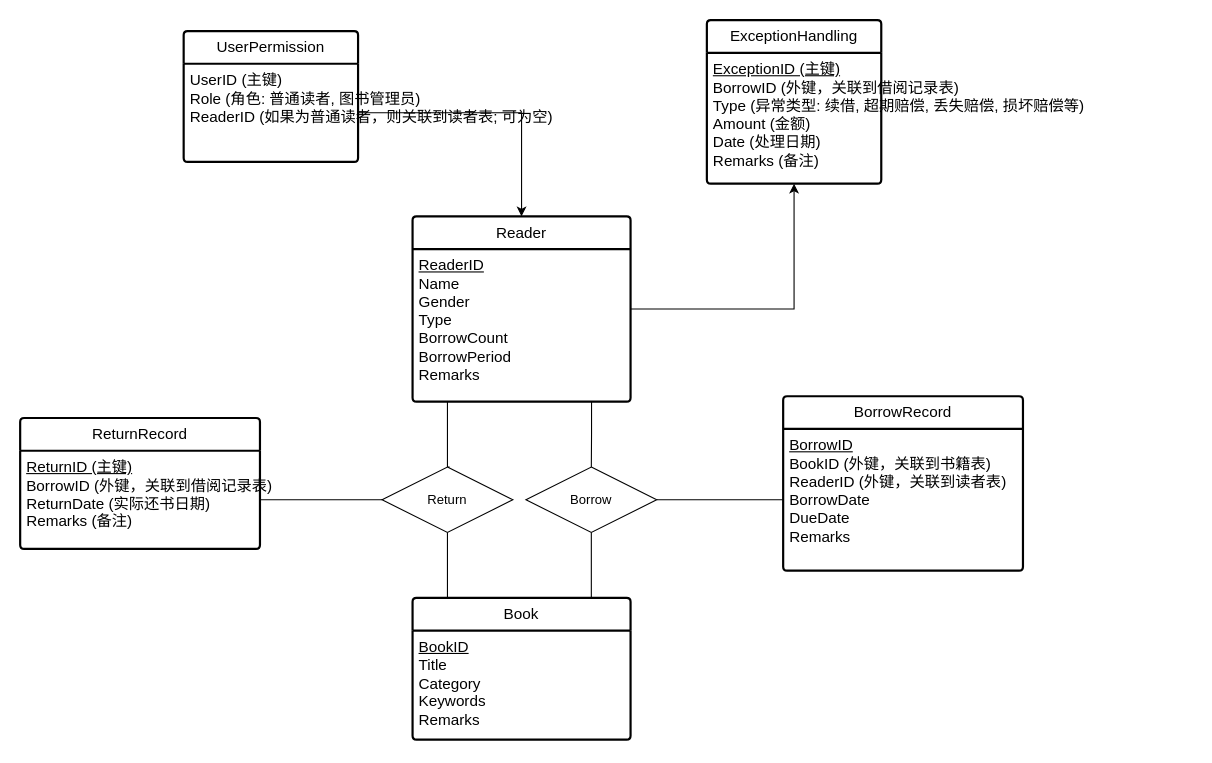
ICONQUESTION/ICONQUESTION keeps this draw.io diagram as MyLearnings/Database/exp3_database_erd.drawio. Above is the earlier version. Source tidied: cells renumbered, new cells numbered last; positions are measured from the earlier drawing's top-left corner, leaving out a move shared by most shapes. Both pictures are drawn from the tidied source at 109%, with x=0, y=0 at pixel (20, 20).
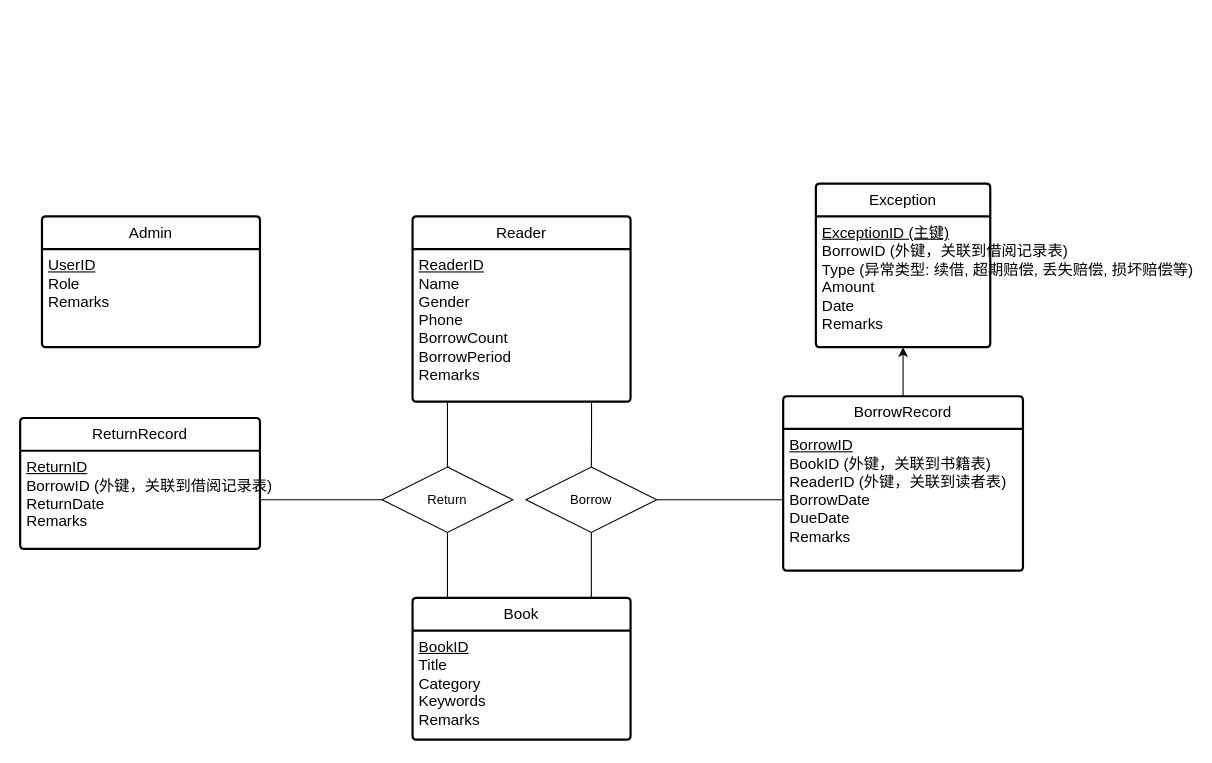
The same diagram, later.

The change refers to these unchanged cells:
```xml
<mxCell id="3" value="Reader" style="swimlane;horizontal=1;startSize=30;rounded=1;fontSize=14;fontStyle=0;strokeWidth=2;shadow=0;dashed=0;align=center;arcSize=4;whiteSpace=wrap;html=1;swimlaneLine=1;" parent="1" vertex="1">
  <mxGeometry x="360" y="180" width="200" height="170" as="geometry" />
</mxCell>
<mxCell id="12" value="BorrowRecord" style="swimlane;horizontal=1;startSize=30;rounded=1;fontSize=14;fontStyle=0;strokeWidth=2;shadow=0;dashed=0;align=center;arcSize=4;whiteSpace=wrap;html=1;" parent="1" vertex="1">
  <mxGeometry x="700" y="345" width="220" height="160" as="geometry" />
</mxCell>
<mxCell id="14" value="ReturnRecord" style="swimlane;horizontal=1;startSize=30;rounded=1;fontSize=14;fontStyle=0;strokeWidth=2;shadow=0;dashed=0;align=center;arcSize=4;whiteSpace=wrap;html=1;" parent="1" vertex="1">
  <mxGeometry y="365" width="220" height="120" as="geometry" />
</mxCell>
```

What changed in the source:
```diff
@@
-    <mxCell id="2" style="edgeStyle=orthogonalEdgeStyle;rounded=0;jettySize=auto;html=1;" parent="1" edge="1" source="3" target="17">
+    <mxCell id="2" style="edgeStyle=orthogonalEdgeStyle;rounded=0;jettySize=auto;html=1;exitX=0.5;exitY=0;exitDx=0;exitDy=0;" parent="1" edge="1" source="12" target="17">
       <mxGeometry relative="1" as="geometry" />
     </mxCell>
@@
-    <mxCell id="4" value="&lt;div&gt;&lt;span style=&quot;font-size: 14px;&quot;&gt;&lt;u&gt;ReaderID&lt;/u&gt;&lt;/span&gt;&lt;/div&gt;&lt;div&gt;&lt;span style=&quot;font-size: 14px;&quot;&gt;Name&lt;/span&gt;&lt;/div&gt;&lt;div&gt;&lt;span style=&quot;font-size: 14px;&quot;&gt;Gender&lt;/span&gt;&lt;/div&gt;&lt;div&gt;&lt;span style=&quot;font-size: 14px;&quot;&gt;Type&lt;/span&gt;&lt;/div&gt;&lt;div&gt;&lt;span style=&quot;font-size: 14px;&quot;&gt;BorrowCount&lt;/span&gt;&lt;/div&gt;&lt;div&gt;&lt;span style=&quot;font-size: 14px;&quot;&gt;BorrowPeriod&lt;/span&gt;&lt;/div&gt;&lt;div&gt;&lt;span style=&quot;font-size: 14px;&quot;&gt;Remarks&lt;/span&gt;&lt;/div&gt;" style="align=left;strokeColor=none;fillColor=none;spacingLeft=4;fontSize=12;verticalAlign=top;html=1;" parent="3" vertex="1">
+    <mxCell id="4" value="&lt;div&gt;&lt;span style=&quot;font-size: 14px;&quot;&gt;&lt;u&gt;ReaderID&lt;/u&gt;&lt;/span&gt;&lt;/div&gt;&lt;div&gt;&lt;span style=&quot;font-size: 14px;&quot;&gt;Name&lt;/span&gt;&lt;/div&gt;&lt;div&gt;&lt;span style=&quot;font-size: 14px;&quot;&gt;Gender&lt;/span&gt;&lt;/div&gt;&lt;div&gt;&lt;span style=&quot;font-size: 14px;&quot;&gt;Phone&lt;/span&gt;&lt;/div&gt;&lt;div&gt;&lt;span style=&quot;font-size: 14px;&quot;&gt;BorrowCount&lt;/span&gt;&lt;/div&gt;&lt;div&gt;&lt;span style=&quot;font-size: 14px;&quot;&gt;BorrowPeriod&lt;/span&gt;&lt;/div&gt;&lt;div&gt;&lt;span style=&quot;font-size: 14px;&quot;&gt;Remarks&lt;/span&gt;&lt;/div&gt;" style="align=left;strokeColor=none;fillColor=none;spacingLeft=4;fontSize=12;verticalAlign=top;html=1;" parent="3" vertex="1">
       <mxGeometry y="30" width="200" height="140" as="geometry" />
     </mxCell>
@@
-    <mxCell id="15" value="&lt;div&gt;&lt;span style=&quot;font-size: 14px;&quot;&gt;&lt;u&gt;ReturnID (主键)&lt;/u&gt;&lt;/span&gt;&lt;/div&gt;&lt;div&gt;&lt;span style=&quot;font-size: 14px;&quot;&gt;BorrowID (外键，关联到借阅记录表)&lt;/span&gt;&lt;/div&gt;&lt;div&gt;&lt;span style=&quot;font-size: 14px;&quot;&gt;ReturnDate (实际还书日期)&lt;/span&gt;&lt;/div&gt;&lt;div&gt;&lt;span style=&quot;font-size: 14px;&quot;&gt;Remarks (备注)&lt;/span&gt;&lt;/div&gt;&lt;div&gt;&lt;br&gt;&lt;/div&gt;" style="align=left;strokeColor=none;fillColor=none;spacingLeft=4;fontSize=12;verticalAlign=top;html=1;" parent="14" vertex="1">
+    <mxCell id="15" value="&lt;div&gt;&lt;span style=&quot;font-size: 14px;&quot;&gt;&lt;u&gt;ReturnID&lt;/u&gt;&lt;/span&gt;&lt;/div&gt;&lt;div&gt;&lt;span style=&quot;font-size: 14px;&quot;&gt;BorrowID (外键，关联到借阅记录表)&lt;/span&gt;&lt;/div&gt;&lt;div&gt;&lt;span style=&quot;font-size: 14px;&quot;&gt;ReturnDate&lt;/span&gt;&lt;/div&gt;&lt;div&gt;&lt;span style=&quot;font-size: 14px;&quot;&gt;Remarks&lt;/span&gt;&lt;/div&gt;&lt;div&gt;&lt;br&gt;&lt;/div&gt;" style="align=left;strokeColor=none;fillColor=none;spacingLeft=4;fontSize=12;verticalAlign=top;html=1;" parent="14" vertex="1">
       <mxGeometry y="30" width="220" height="90" as="geometry" />
     </mxCell>
-    <mxCell id="16" value="ExceptionHandling" style="swimlane;horizontal=1;startSize=30;rounded=1;fontSize=14;fontStyle=0;strokeWidth=2;shadow=0;dashed=0;align=center;arcSize=4;whiteSpace=wrap;html=1;" parent="1" vertex="1">
-      <mxGeometry x="630" width="160" height="150" as="geometry" />
+    <mxCell id="16" value="Exception" style="swimlane;horizontal=1;startSize=30;rounded=1;fontSize=14;fontStyle=0;strokeWidth=2;shadow=0;dashed=0;align=center;arcSize=4;whiteSpace=wrap;html=1;" parent="1" vertex="1">
+      <mxGeometry x="730" y="150" width="160" height="150" as="geometry" />
     </mxCell>
-    <mxCell id="17" value="&lt;div&gt;&lt;div&gt;&lt;font style=&quot;font-size: 14px;&quot;&gt;&lt;u&gt;ExceptionID (主键)&lt;/u&gt;&lt;/font&gt;&lt;/div&gt;&lt;div&gt;&lt;font style=&quot;font-size: 14px;&quot;&gt;BorrowID (外键，关联到借阅记录表)&lt;/font&gt;&lt;/div&gt;&lt;div&gt;&lt;font style=&quot;font-size: 14px;&quot;&gt;Type (异常类型: 续借, 超期赔偿, 丢失赔偿, 损坏赔偿等)&lt;/font&gt;&lt;/div&gt;&lt;div&gt;&lt;font style=&quot;font-size: 14px;&quot;&gt;Amount (金额)&lt;/font&gt;&lt;/div&gt;&lt;div&gt;&lt;font style=&quot;font-size: 14px;&quot;&gt;Date (处理日期)&lt;/font&gt;&lt;/div&gt;&lt;div&gt;&lt;font style=&quot;font-size: 14px;&quot;&gt;Remarks (备注)&lt;/font&gt;&lt;/div&gt;&lt;/div&gt;&lt;div&gt;&lt;br&gt;&lt;/div&gt;&lt;div&gt;&lt;br&gt;&lt;/div&gt;" style="align=left;strokeColor=none;fillColor=none;spacingLeft=4;fontSize=12;verticalAlign=top;html=1;" parent="16" vertex="1">
+    <mxCell id="17" value="&lt;div&gt;&lt;div&gt;&lt;font style=&quot;font-size: 14px;&quot;&gt;&lt;u&gt;ExceptionID (主键)&lt;/u&gt;&lt;/font&gt;&lt;/div&gt;&lt;div&gt;&lt;font style=&quot;font-size: 14px;&quot;&gt;BorrowID (外键，关联到借阅记录表)&lt;/font&gt;&lt;/div&gt;&lt;div&gt;&lt;font style=&quot;font-size: 14px;&quot;&gt;Type (异常类型: 续借, 超期赔偿, 丢失赔偿, 损坏赔偿等)&lt;/font&gt;&lt;/div&gt;&lt;div&gt;&lt;font style=&quot;font-size: 14px;&quot;&gt;Amount&lt;/font&gt;&lt;/div&gt;&lt;div&gt;&lt;font style=&quot;font-size: 14px;&quot;&gt;Date&lt;/font&gt;&lt;/div&gt;&lt;div&gt;&lt;font style=&quot;font-size: 14px;&quot;&gt;Remarks&lt;/font&gt;&lt;/div&gt;&lt;/div&gt;&lt;div&gt;&lt;br&gt;&lt;/div&gt;&lt;div&gt;&lt;br&gt;&lt;/div&gt;" style="align=left;strokeColor=none;fillColor=none;spacingLeft=4;fontSize=12;verticalAlign=top;html=1;" parent="16" vertex="1">
       <mxGeometry y="30" width="160" height="120" as="geometry" />
     </mxCell>
-    <mxCell id="18" value="UserPermission" style="swimlane;horizontal=1;startSize=30;rounded=1;fontSize=14;fontStyle=0;strokeWidth=2;shadow=0;dashed=0;align=center;arcSize=4;whiteSpace=wrap;html=1;" parent="1" vertex="1">
-      <mxGeometry x="150" y="10" width="160" height="120" as="geometry" />
-    </mxCell>
-    <mxCell id="19" value="&lt;div&gt;&lt;font style=&quot;font-size: 14px;&quot;&gt;UserID (主键)&lt;/font&gt;&lt;/div&gt;&lt;div&gt;&lt;font style=&quot;font-size: 14px;&quot;&gt;Role (角色: 普通读者, 图书管理员)&lt;/font&gt;&lt;/div&gt;&lt;div&gt;&lt;font style=&quot;font-size: 14px;&quot;&gt;ReaderID (如果为普通读者，则关联到读者表; 可为空)&lt;/font&gt;&lt;/div&gt;" style="align=left;strokeColor=none;fillColor=none;spacingLeft=4;fontSize=12;verticalAlign=top;html=1;" parent="18" vertex="1">
-      <mxGeometry y="30" width="160" height="90" as="geometry" />
-    </mxCell>
@@
-    <mxCell id="23" style="edgeStyle=orthogonalEdgeStyle;rounded=0;jettySize=auto;html=1;" parent="1" edge="1" source="19" target="3">
-      <mxGeometry relative="1" as="geometry" />
-    </mxCell>
+    <mxCell id="24" value="Admin" style="swimlane;horizontal=1;startSize=30;rounded=1;fontSize=14;fontStyle=0;strokeWidth=2;shadow=0;dashed=0;align=center;arcSize=4;whiteSpace=wrap;html=1;" parent="1" vertex="1">
+      <mxGeometry x="20" y="180" width="200" height="120" as="geometry" />
+    </mxCell>
+    <mxCell id="25" value="&lt;div&gt;&lt;font style=&quot;font-size: 14px;&quot;&gt;&lt;u&gt;UserID&lt;/u&gt;&lt;/font&gt;&lt;/div&gt;&lt;div&gt;&lt;font style=&quot;font-size: 14px;&quot;&gt;Role&lt;/font&gt;&lt;/div&gt;&lt;div&gt;&lt;font style=&quot;font-size: 14px;&quot;&gt;Remarks&lt;/font&gt;&lt;/div&gt;" style="align=left;strokeColor=none;fillColor=none;spacingLeft=4;fontSize=12;verticalAlign=top;html=1;" parent="24" vertex="1">
+      <mxGeometry y="30" width="200" height="90" as="geometry" />
+    </mxCell>
```
